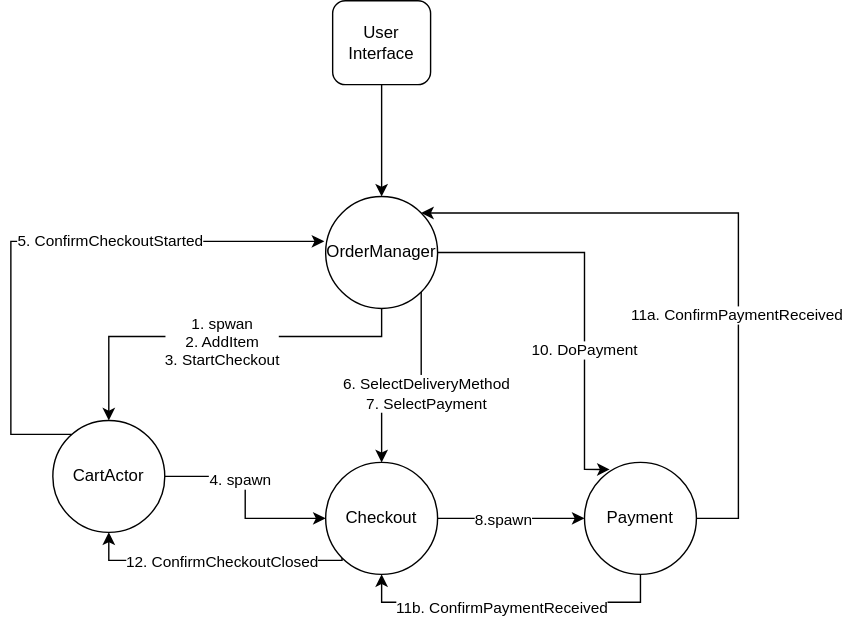
The draw.io diagram ordermanager.drawio.svg in agh-reactive/reactive-lab3, before a commit. Source tidied: cells renumbered, new cells last; positions are measured from the earlier drawing's top-left corner, leaving out a move shared by most shapes. Source of this version:
```xml
<mxGraphModel>
  <root>
    <mxCell id="0" />
    <mxCell id="1" parent="0" />
    <mxCell id="2" style="edgeStyle=orthogonalEdgeStyle;rounded=0;jettySize=auto;html=1;" parent="1" edge="1" source="3" target="9">
      <mxGeometry relative="1" as="geometry" />
    </mxCell>
    <mxCell id="3" value="User Interface" style="rounded=1;whiteSpace=wrap;html=1;" parent="1" vertex="1">
      <mxGeometry x="230" width="70" height="60" as="geometry" />
    </mxCell>
    <mxCell id="4" style="edgeStyle=orthogonalEdgeStyle;rounded=0;jettySize=auto;html=1;entryX=0.5;entryY=0;entryDx=0;entryDy=0;" parent="1" edge="1" source="9" target="14">
      <mxGeometry relative="1" as="geometry">
        <Array as="points">
          <mxPoint x="265" y="240" />
          <mxPoint x="70" y="240" />
        </Array>
      </mxGeometry>
    </mxCell>
    <mxCell id="5" value="1. spwan&lt;br&gt;2. AddItem&lt;br&gt;3. StartCheckout" style="edgeLabel;html=1;align=center;verticalAlign=middle;" parent="4" vertex="1">
      <mxGeometry x="-0.02" y="3" relative="1" as="geometry" />
    </mxCell>
    <mxCell id="6" style="edgeStyle=orthogonalEdgeStyle;rounded=0;jettySize=auto;html=1;exitX=1;exitY=1;exitDx=0;exitDy=0;" parent="1" edge="1" source="9" target="19">
      <mxGeometry relative="1" as="geometry" />
    </mxCell>
    <mxCell id="7" value="6. SelectDeliveryMethod&lt;br&gt;7. SelectPayment" style="edgeLabel;html=1;align=center;verticalAlign=middle;" parent="6" vertex="1">
      <mxGeometry x="-0.36" y="3" relative="1" as="geometry">
        <mxPoint y="24" as="offset" />
      </mxGeometry>
    </mxCell>
    <mxCell id="8" value="10. DoPayment" style="edgeStyle=orthogonalEdgeStyle;rounded=0;jettySize=auto;html=1;entryX=0.225;entryY=0.063;entryDx=0;entryDy=0;entryPerimeter=0;" parent="1" edge="1" source="9" target="24">
      <mxGeometry x="0.26" relative="1" as="geometry">
        <Array as="points">
          <mxPoint x="410" y="180" />
          <mxPoint x="410" y="335" />
        </Array>
      </mxGeometry>
    </mxCell>
    <mxCell id="9" value="OrderManager" style="ellipse;whiteSpace=wrap;html=1;" parent="1" vertex="1">
      <mxGeometry x="225" y="140" width="80" height="80" as="geometry" />
    </mxCell>
    <mxCell id="10" style="edgeStyle=orthogonalEdgeStyle;rounded=0;jettySize=auto;html=1;entryX=-0.012;entryY=0.4;entryDx=0;entryDy=0;entryPerimeter=0;" parent="1" edge="1" source="14" target="9">
      <mxGeometry relative="1" as="geometry">
        <Array as="points">
          <mxPoint y="310" />
          <mxPoint y="172" />
        </Array>
      </mxGeometry>
    </mxCell>
    <mxCell id="11" value="5. ConfirmCheckoutStarted" style="edgeLabel;html=1;align=center;verticalAlign=middle;" parent="10" vertex="1">
      <mxGeometry x="-0.1" y="1" relative="1" as="geometry">
        <mxPoint x="69" as="offset" />
      </mxGeometry>
    </mxCell>
    <mxCell id="12" style="edgeStyle=orthogonalEdgeStyle;rounded=0;jettySize=auto;html=1;entryX=0;entryY=0.5;entryDx=0;entryDy=0;" parent="1" edge="1" source="14" target="19">
      <mxGeometry relative="1" as="geometry" />
    </mxCell>
    <mxCell id="13" value="4. spawn" style="edgeLabel;html=1;align=center;verticalAlign=middle;" parent="12" vertex="1">
      <mxGeometry x="-0.27" y="-2" relative="1" as="geometry" />
    </mxCell>
    <mxCell id="14" value="CartActor" style="ellipse;whiteSpace=wrap;html=1;" parent="1" vertex="1">
      <mxGeometry x="30" y="300" width="80" height="80" as="geometry" />
    </mxCell>
    <mxCell id="15" style="edgeStyle=orthogonalEdgeStyle;rounded=0;jettySize=auto;html=1;entryX=0;entryY=0.5;entryDx=0;entryDy=0;" parent="1" edge="1" source="19" target="24">
      <mxGeometry relative="1" as="geometry" />
    </mxCell>
    <mxCell id="16" value="8.spawn" style="edgeLabel;html=1;align=center;verticalAlign=middle;" parent="15" vertex="1">
      <mxGeometry x="-0.12" y="-2" relative="1" as="geometry">
        <mxPoint y="-2" as="offset" />
      </mxGeometry>
    </mxCell>
    <mxCell id="17" style="edgeStyle=orthogonalEdgeStyle;rounded=0;jettySize=auto;html=1;exitX=0;exitY=1;exitDx=0;exitDy=0;entryX=0.5;entryY=1;entryDx=0;entryDy=0;" parent="1" edge="1" source="19" target="14">
      <mxGeometry relative="1" as="geometry">
        <Array as="points">
          <mxPoint x="237" y="400" />
          <mxPoint x="70" y="400" />
        </Array>
      </mxGeometry>
    </mxCell>
    <mxCell id="18" value="12. ConfirmCheckoutClosed&lt;br&gt;" style="edgeLabel;html=1;align=center;verticalAlign=middle;" parent="17" vertex="1">
      <mxGeometry x="0.25" relative="1" as="geometry">
        <mxPoint x="29" as="offset" />
      </mxGeometry>
    </mxCell>
    <mxCell id="19" value="Checkout" style="ellipse;whiteSpace=wrap;html=1;" parent="1" vertex="1">
      <mxGeometry x="225" y="330" width="80" height="80" as="geometry" />
    </mxCell>
    <mxCell id="20" style="edgeStyle=orthogonalEdgeStyle;rounded=0;jettySize=auto;html=1;entryX=0.5;entryY=1;entryDx=0;entryDy=0;" parent="1" edge="1" source="24" target="19">
      <mxGeometry relative="1" as="geometry">
        <Array as="points">
          <mxPoint x="450" y="430" />
          <mxPoint x="265" y="430" />
        </Array>
      </mxGeometry>
    </mxCell>
    <mxCell id="21" value="11b. ConfirmPaymentReceived" style="edgeLabel;html=1;align=center;verticalAlign=middle;" parent="20" vertex="1">
      <mxGeometry x="0.62" y="3" relative="1" as="geometry">
        <mxPoint x="62" as="offset" />
      </mxGeometry>
    </mxCell>
    <mxCell id="22" style="edgeStyle=orthogonalEdgeStyle;rounded=0;jettySize=auto;html=1;entryX=1;entryY=0;entryDx=0;entryDy=0;" parent="1" edge="1" source="24" target="9">
      <mxGeometry relative="1" as="geometry">
        <Array as="points">
          <mxPoint x="520" y="370" />
          <mxPoint x="520" y="152" />
        </Array>
      </mxGeometry>
    </mxCell>
    <mxCell id="23" value="11a. ConfirmPaymentReceived" style="edgeLabel;html=1;align=center;verticalAlign=middle;" parent="22" vertex="1">
      <mxGeometry x="-0.26" y="2" relative="1" as="geometry" />
    </mxCell>
    <mxCell id="24" value="Payment" style="ellipse;whiteSpace=wrap;html=1;" parent="1" vertex="1">
      <mxGeometry x="410" y="330" width="80" height="80" as="geometry" />
    </mxCell>
  </root>
</mxGraphModel>
```
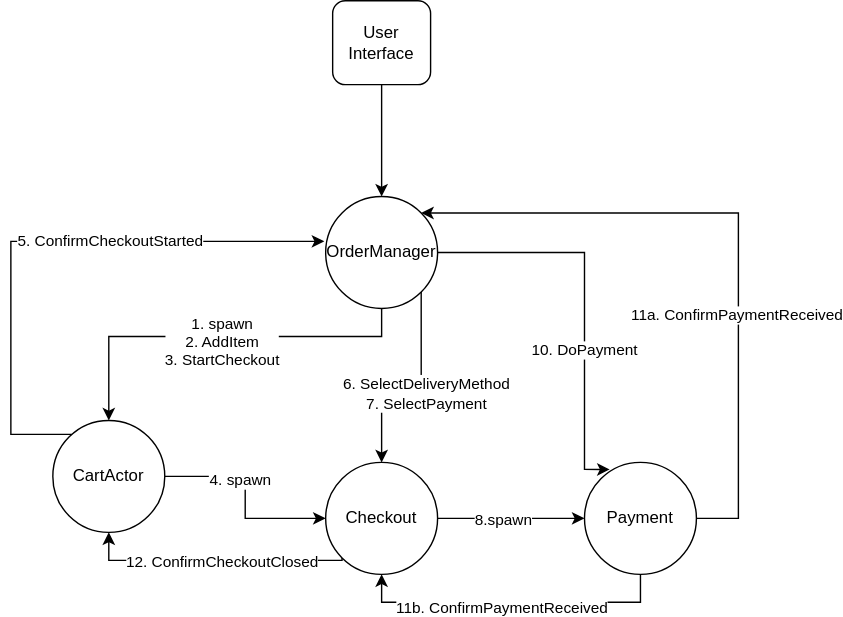
After the commit.

What changed in the source:
```diff
@@ -16,7 +16,7 @@
         </Array>
       </mxGeometry>
     </mxCell>
-    <mxCell id="5" value="1. spwan&lt;br&gt;2. AddItem&lt;br&gt;3. StartCheckout" style="edgeLabel;html=1;align=center;verticalAlign=middle;" parent="4" vertex="1">
+    <mxCell id="5" value="1. spawn&lt;br&gt;2. AddItem&lt;br&gt;3. StartCheckout" style="edgeLabel;html=1;align=center;verticalAlign=middle;" parent="4" vertex="1">
       <mxGeometry x="-0.02" y="3" relative="1" as="geometry" />
     </mxCell>
     <mxCell id="6" style="edgeStyle=orthogonalEdgeStyle;rounded=0;jettySize=auto;html=1;exitX=1;exitY=1;exitDx=0;exitDy=0;" parent="1" edge="1" source="9" target="19">
```
